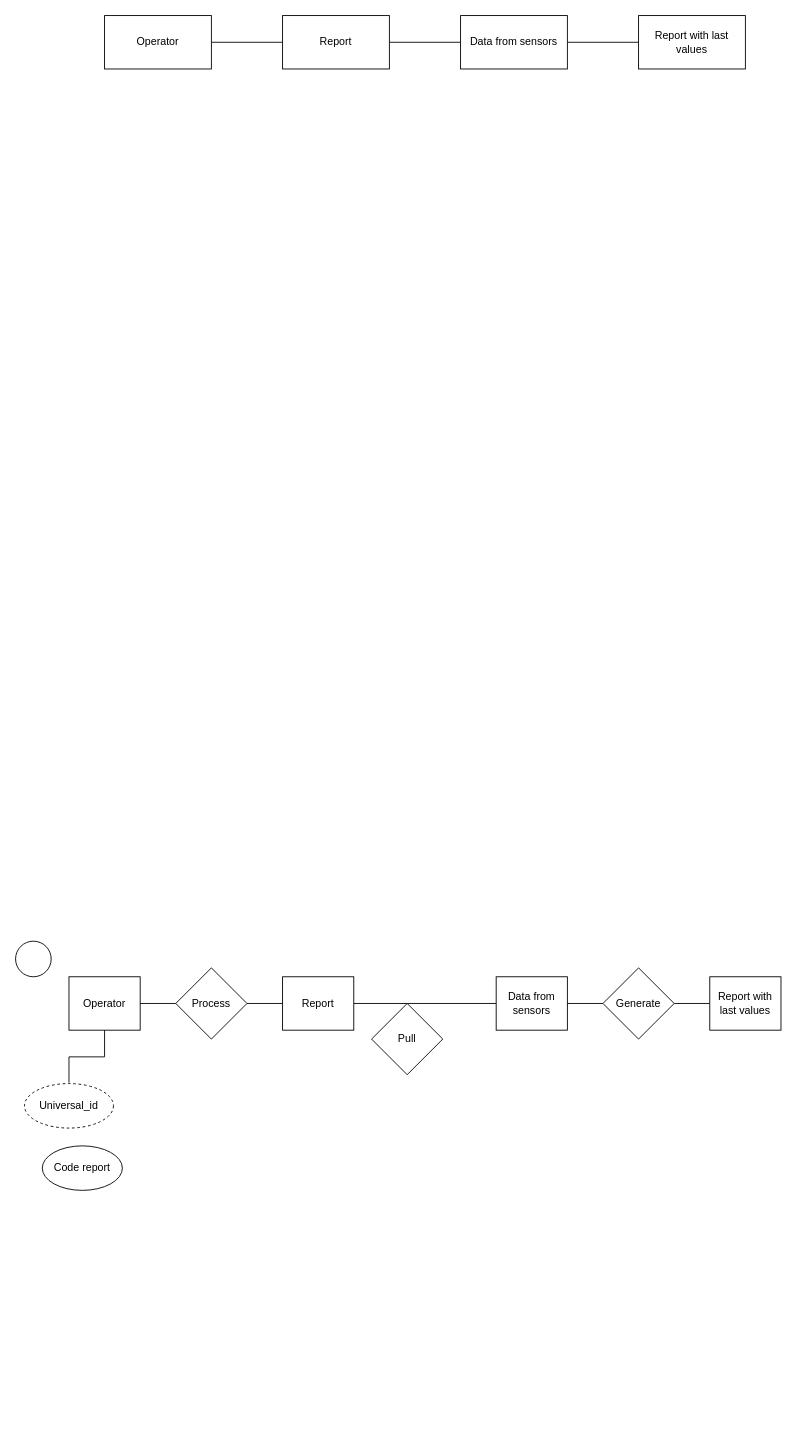
KrolikOVSky/Draw.io keeps this draw.io diagram as Lab3_CMT.drawio. Above is the earlier version. Source tidied: cells renumbered, new cells numbered last; positions are measured from the earlier drawing's top-left corner, leaving out a move shared by most shapes. Both pictures are drawn from the tidied source at 89%, with x=0, y=0 at pixel (15, 15).
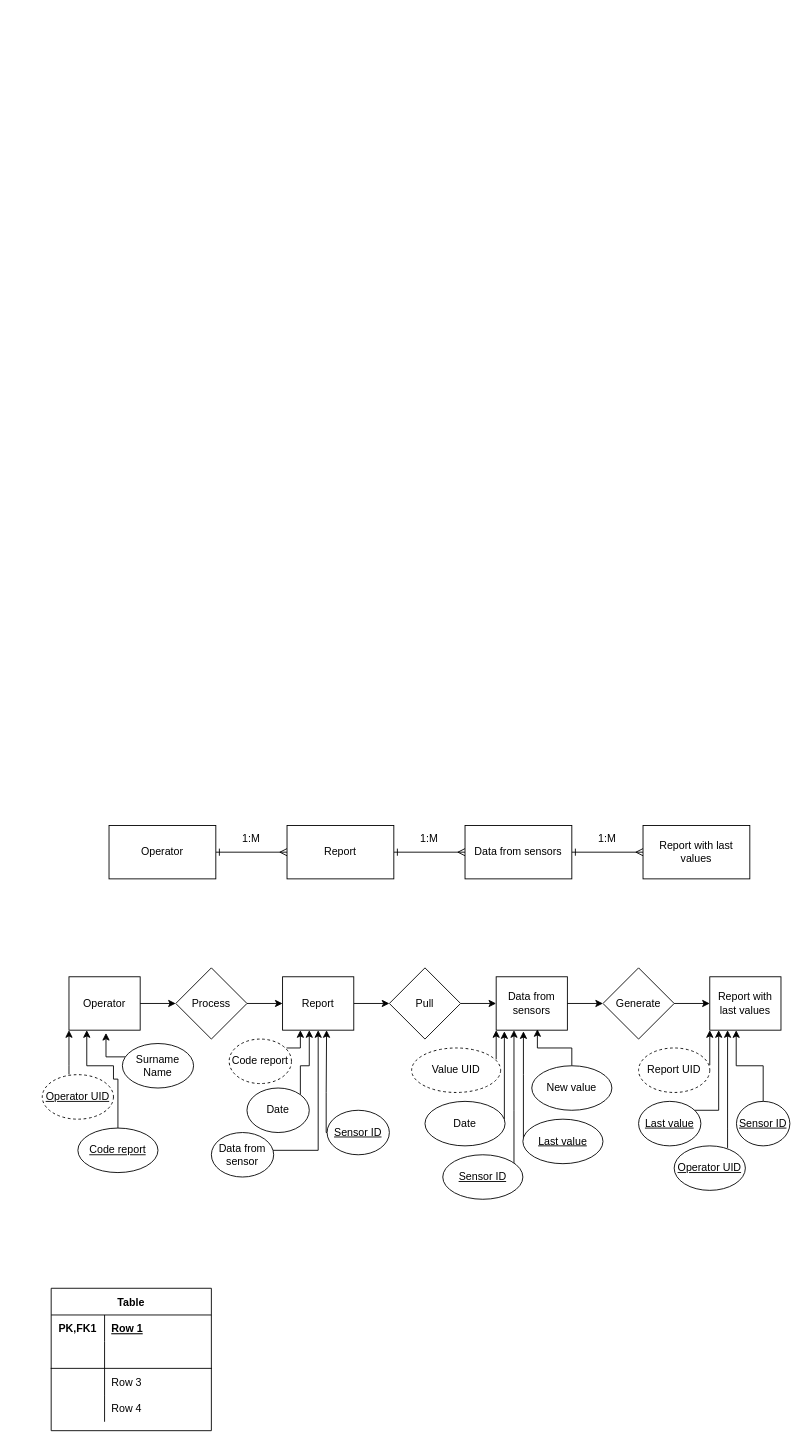
After the change.

The change refers to these unchanged cells:
```xml
<mxCell id="11" value="Operator" style="rounded=0;whiteSpace=wrap;html=1;" parent="1" vertex="1">
  <mxGeometry x="60" y="1080" width="80" height="60" as="geometry" />
</mxCell>
<mxCell id="14" value="Report" style="rounded=0;whiteSpace=wrap;html=1;" parent="1" vertex="1">
  <mxGeometry x="300" y="1080" width="80" height="60" as="geometry" />
</mxCell>
<mxCell id="16" value="Data from sensors" style="rounded=0;whiteSpace=wrap;html=1;" parent="1" vertex="1">
  <mxGeometry x="540" y="1080" width="80" height="60" as="geometry" />
</mxCell>
<mxCell id="17" value="Report with last values" style="rounded=0;whiteSpace=wrap;html=1;" parent="1" vertex="1">
  <mxGeometry x="780" y="1080" width="80" height="60" as="geometry" />
</mxCell>
<mxCell id="18" value="Process" style="rhombus;whiteSpace=wrap;html=1;" parent="1" vertex="1">
  <mxGeometry x="180" y="1070" width="80" height="80" as="geometry" />
</mxCell>
<mxCell id="20" value="&lt;div&gt;Generate&lt;/div&gt;" style="rhombus;whiteSpace=wrap;html=1;" parent="1" vertex="1">
  <mxGeometry x="660" y="1070" width="80" height="80" as="geometry" />
</mxCell>
```

The edit, as a diff of the source:
```diff
@@
-    <mxCell id="2" style="ellipse;whiteSpace=wrap;html=1;" parent="1" vertex="1">
-      <mxGeometry y="1040" width="40" height="40" as="geometry" />
-    </mxCell>
-    <mxCell id="3" style="edgeStyle=orthogonalEdgeStyle;rounded=0;jettySize=auto;html=1;endArrow=none;endFill=0;" parent="1" edge="1" source="4" target="6">
+    <mxCell id="3" style="edgeStyle=orthogonalEdgeStyle;rounded=0;jettySize=auto;html=1;endArrow=ERmany;endFill=0;startArrow=ERone;startFill=0;" parent="1" edge="1" source="4" target="6">
       <mxGeometry relative="1" as="geometry" />
     </mxCell>
     <mxCell id="4" value="Operator" style="rounded=0;whiteSpace=wrap;html=1;" parent="1" vertex="1">
-      <mxGeometry x="100" width="120" height="60" as="geometry" />
+      <mxGeometry x="105" y="910" width="120" height="60" as="geometry" />
     </mxCell>
-    <mxCell id="5" style="edgeStyle=orthogonalEdgeStyle;rounded=0;jettySize=auto;html=1;endArrow=none;endFill=0;" parent="1" edge="1" source="6" target="8">
+    <mxCell id="5" style="edgeStyle=orthogonalEdgeStyle;rounded=0;jettySize=auto;html=1;exitX=1;exitY=0.5;exitDx=0;exitDy=0;entryX=0;entryY=0.5;entryDx=0;entryDy=0;startArrow=ERone;startFill=0;endArrow=ERmany;endFill=0;" parent="1" edge="1" source="6" target="8">
       <mxGeometry relative="1" as="geometry" />
     </mxCell>
     <mxCell id="6" value="Report" style="rounded=0;whiteSpace=wrap;html=1;" parent="1" vertex="1">
-      <mxGeometry x="300" width="120" height="60" as="geometry" />
+      <mxGeometry x="305" y="910" width="120" height="60" as="geometry" />
     </mxCell>
-    <mxCell id="7" style="edgeStyle=orthogonalEdgeStyle;rounded=0;jettySize=auto;html=1;endArrow=none;endFill=0;" parent="1" edge="1" source="8" target="9">
+    <mxCell id="7" style="edgeStyle=orthogonalEdgeStyle;rounded=0;jettySize=auto;html=1;exitX=1;exitY=0.5;exitDx=0;exitDy=0;entryX=0;entryY=0.5;entryDx=0;entryDy=0;startArrow=ERone;startFill=0;endArrow=ERmany;endFill=0;" parent="1" edge="1" source="8" target="9">
       <mxGeometry relative="1" as="geometry" />
     </mxCell>
     <mxCell id="8" value="Data from sensors" style="rounded=0;whiteSpace=wrap;html=1;" parent="1" vertex="1">
-      <mxGeometry x="500" width="120" height="60" as="geometry" />
+      <mxGeometry x="505" y="910" width="120" height="60" as="geometry" />
     </mxCell>
     <mxCell id="9" value="Report with last values" style="rounded=0;whiteSpace=wrap;html=1;" parent="1" vertex="1">
-      <mxGeometry x="700" width="120" height="60" as="geometry" />
+      <mxGeometry x="705" y="910" width="120" height="60" as="geometry" />
     </mxCell>
-    <mxCell id="10" style="edgeStyle=orthogonalEdgeStyle;rounded=0;jettySize=auto;html=1;endArrow=none;endFill=0;startArrow=none;" parent="1" edge="1" source="18" target="14">
+    <mxCell id="10" style="edgeStyle=orthogonalEdgeStyle;rounded=0;jettySize=auto;html=1;endArrow=classic;endFill=1;startArrow=none;" parent="1" edge="1" source="18" target="14">
       <mxGeometry relative="1" as="geometry" />
     </mxCell>
@@
-    <mxCell id="12" style="edgeStyle=orthogonalEdgeStyle;rounded=0;jettySize=auto;html=1;endArrow=none;endFill=0;" parent="1" edge="1" source="14" target="16">
-      <mxGeometry relative="1" as="geometry" />
-    </mxCell>
-    <mxCell id="13" value="Pull" style="rhombus;whiteSpace=wrap;html=1;" parent="12" vertex="1">
-      <mxGeometry x="400" y="1110" width="80" height="80" as="geometry" />
-    </mxCell>
+    <mxCell id="26" style="edgeStyle=orthogonalEdgeStyle;rounded=0;jettySize=auto;html=1;endArrow=classic;endFill=1;" parent="1" edge="1" source="14" target="13">
+      <mxGeometry relative="1" as="geometry" />
+    </mxCell>
@@
-    <mxCell id="15" style="edgeStyle=orthogonalEdgeStyle;rounded=0;jettySize=auto;html=1;endArrow=none;endFill=0;startArrow=none;" parent="1" edge="1" source="20" target="17">
+    <mxCell id="15" style="edgeStyle=orthogonalEdgeStyle;rounded=0;jettySize=auto;html=1;endArrow=classic;endFill=1;startArrow=none;" parent="1" edge="1" source="20" target="17">
       <mxGeometry relative="1" as="geometry" />
     </mxCell>
@@
-    <mxCell id="19" style="edgeStyle=orthogonalEdgeStyle;rounded=0;jettySize=auto;html=1;endArrow=none;endFill=0;" parent="1" edge="1" source="11" target="18">
+    <mxCell id="19" style="edgeStyle=orthogonalEdgeStyle;rounded=0;jettySize=auto;html=1;endArrow=classic;endFill=1;" parent="1" edge="1" source="11" target="18">
       <mxGeometry relative="1" as="geometry" />
     </mxCell>
@@
-    <mxCell id="21" style="edgeStyle=orthogonalEdgeStyle;rounded=0;jettySize=auto;html=1;endArrow=none;endFill=0;" parent="1" edge="1" source="16" target="20">
+    <mxCell id="21" style="edgeStyle=orthogonalEdgeStyle;rounded=0;jettySize=auto;html=1;endArrow=classic;endFill=1;" parent="1" edge="1" source="16" target="20">
       <mxGeometry relative="1" as="geometry" />
     </mxCell>
-    <mxCell id="22" style="edgeStyle=orthogonalEdgeStyle;rounded=0;jettySize=auto;html=1;endArrow=none;endFill=0;" parent="1" edge="1" source="23" target="11">
-      <mxGeometry relative="1" as="geometry" />
+    <mxCell id="22" style="edgeStyle=orthogonalEdgeStyle;rounded=0;jettySize=auto;html=1;endArrow=classic;endFill=1;" parent="1" edge="1" source="23" target="11">
+      <mxGeometry relative="1" as="geometry">
+        <Array as="points">
+          <mxPoint x="60" y="1180" />
+          <mxPoint x="60" y="1180" />
+        </Array>
+      </mxGeometry>
     </mxCell>
-    <mxCell id="23" value="Universal_id" style="ellipse;whiteSpace=wrap;html=1;dashed=1;strokeWidth=1;perimeterSpacing=1;" parent="1" vertex="1">
-      <mxGeometry x="10" y="1200" width="100" height="50" as="geometry" />
+    <mxCell id="23" value="Operator UID" style="ellipse;whiteSpace=wrap;html=1;dashed=1;strokeWidth=1;perimeterSpacing=1;fontStyle=4;" parent="1" vertex="1">
+      <mxGeometry x="30" y="1190" width="80" height="50" as="geometry" />
     </mxCell>
+    <mxCell id="27" style="edgeStyle=orthogonalEdgeStyle;rounded=0;jettySize=auto;html=1;entryX=0.25;entryY=1;entryDx=0;entryDy=0;startArrow=none;startFill=0;endArrow=classic;endFill=1;" parent="1" edge="1" source="24" target="11">
+      <mxGeometry relative="1" as="geometry">
+        <Array as="points">
+          <mxPoint x="115" y="1195" />
+          <mxPoint x="110" y="1195" />
+          <mxPoint x="110" y="1180" />
+          <mxPoint x="80" y="1180" />
+        </Array>
+      </mxGeometry>
+    </mxCell>
-    <mxCell id="24" value="Code report" style="ellipse;whiteSpace=wrap;html=1;strokeWidth=1;" parent="1" vertex="1">
-      <mxGeometry x="30" y="1270" width="90" height="50" as="geometry" />
+    <mxCell id="24" value="Code report" style="ellipse;whiteSpace=wrap;html=1;strokeWidth=1;fontStyle=4;" parent="1" vertex="1">
+      <mxGeometry x="70" y="1250" width="90" height="50" as="geometry" />
     </mxCell>
@@
+    <mxCell id="28" value="1:M" style="text;html=1;strokeColor=none;fillColor=none;align=center;verticalAlign=middle;whiteSpace=wrap;rounded=0;" parent="1" vertex="1">
+      <mxGeometry x="235" y="910" width="60" height="30" as="geometry" />
+    </mxCell>
+    <mxCell id="29" value="1:M" style="text;html=1;strokeColor=none;fillColor=none;align=center;verticalAlign=middle;whiteSpace=wrap;rounded=0;" parent="1" vertex="1">
+      <mxGeometry x="435" y="910" width="60" height="30" as="geometry" />
+    </mxCell>
+    <mxCell id="30" value="1:M" style="text;html=1;strokeColor=none;fillColor=none;align=center;verticalAlign=middle;whiteSpace=wrap;rounded=0;" parent="1" vertex="1">
+      <mxGeometry x="635" y="910" width="60" height="30" as="geometry" />
+    </mxCell>
+    <mxCell id="31" style="edgeStyle=orthogonalEdgeStyle;rounded=0;jettySize=auto;html=1;endArrow=classic;endFill=1;" parent="1" edge="1" source="32" target="14">
+      <mxGeometry relative="1" as="geometry">
+        <Array as="points">
+          <mxPoint x="320" y="1160" />
+        </Array>
+      </mxGeometry>
+    </mxCell>
+    <mxCell id="32" value="Code report" style="ellipse;whiteSpace=wrap;html=1;dashed=1;strokeWidth=1;perimeterSpacing=1;" parent="1" vertex="1">
+      <mxGeometry x="240" y="1150" width="70" height="50" as="geometry" />
+    </mxCell>
+    <mxCell id="33" style="edgeStyle=orthogonalEdgeStyle;rounded=0;jettySize=auto;html=1;entryX=0.52;entryY=1.052;entryDx=0;entryDy=0;entryPerimeter=0;startArrow=none;startFill=0;endArrow=classic;endFill=1;" parent="1" edge="1" source="34" target="11">
+      <mxGeometry relative="1" as="geometry">
+        <Array as="points">
+          <mxPoint x="102" y="1170" />
+        </Array>
+      </mxGeometry>
+    </mxCell>
+    <mxCell id="34" value="Surname Name" style="ellipse;whiteSpace=wrap;html=1;strokeWidth=1;fontStyle=0;" parent="1" vertex="1">
+      <mxGeometry x="120" y="1155" width="80" height="50" as="geometry" />
+    </mxCell>
+    <mxCell id="35" style="edgeStyle=orthogonalEdgeStyle;rounded=0;jettySize=auto;html=1;endArrow=classic;endFill=1;" parent="1" edge="1" source="13" target="16">
+      <mxGeometry relative="1" as="geometry" />
+    </mxCell>
+    <mxCell id="13" value="Pull" style="rhombus;whiteSpace=wrap;html=1;" parent="1" vertex="1">
+      <mxGeometry x="420" y="1070" width="80" height="80" as="geometry" />
+    </mxCell>
+    <mxCell id="36" style="edgeStyle=orthogonalEdgeStyle;rounded=0;jettySize=auto;html=1;endArrow=classic;endFill=1;" parent="1" edge="1" source="37">
+      <mxGeometry relative="1" as="geometry">
+        <mxPoint x="330" y="1140" as="targetPoint" />
+        <Array as="points">
+          <mxPoint x="320" y="1180" />
+          <mxPoint x="330" y="1180" />
+          <mxPoint x="330" y="1140" />
+        </Array>
+      </mxGeometry>
+    </mxCell>
+    <mxCell id="37" value="&lt;div&gt;Date&lt;/div&gt;" style="ellipse;whiteSpace=wrap;html=1;strokeWidth=1;fontStyle=0;" parent="1" vertex="1">
+      <mxGeometry x="260" y="1205" width="70" height="50" as="geometry" />
+    </mxCell>
+    <mxCell id="38" style="edgeStyle=orthogonalEdgeStyle;rounded=0;jettySize=auto;html=1;entryX=0.5;entryY=1;entryDx=0;entryDy=0;startArrow=none;startFill=0;endArrow=classic;endFill=1;" parent="1" edge="1" source="39" target="14">
+      <mxGeometry relative="1" as="geometry">
+        <Array as="points">
+          <mxPoint x="340" y="1275" />
+        </Array>
+      </mxGeometry>
+    </mxCell>
+    <mxCell id="39" value="Data from sensor" style="ellipse;whiteSpace=wrap;html=1;strokeWidth=1;fontStyle=0;" parent="1" vertex="1">
+      <mxGeometry x="220" y="1255" width="70" height="50" as="geometry" />
+    </mxCell>
+    <mxCell id="40" style="edgeStyle=orthogonalEdgeStyle;rounded=0;jettySize=auto;html=1;entryX=0.618;entryY=1;entryDx=0;entryDy=0;entryPerimeter=0;startArrow=none;startFill=0;endArrow=classic;endFill=1;" parent="1" edge="1" source="41" target="14">
+      <mxGeometry relative="1" as="geometry">
+        <Array as="points">
+          <mxPoint x="349" y="1210" />
+          <mxPoint x="349" y="1210" />
+        </Array>
+      </mxGeometry>
+    </mxCell>
+    <mxCell id="41" value="Sensor ID" style="ellipse;whiteSpace=wrap;html=1;strokeWidth=1;fontStyle=4;" parent="1" vertex="1">
+      <mxGeometry x="350" y="1230" width="70" height="50" as="geometry" />
+    </mxCell>
+    <mxCell id="42" style="edgeStyle=orthogonalEdgeStyle;rounded=0;jettySize=auto;html=1;entryX=0;entryY=1;entryDx=0;entryDy=0;startArrow=none;startFill=0;endArrow=classic;endFill=1;" parent="1" edge="1" source="43" target="16">
+      <mxGeometry relative="1" as="geometry">
+        <Array as="points">
+          <mxPoint x="510" y="1160" />
+          <mxPoint x="510" y="1160" />
+        </Array>
+      </mxGeometry>
+    </mxCell>
+    <mxCell id="43" value="Value UID" style="ellipse;whiteSpace=wrap;html=1;dashed=1;strokeWidth=1;perimeterSpacing=1;" parent="1" vertex="1">
+      <mxGeometry x="445" y="1160" width="100" height="50" as="geometry" />
+    </mxCell>
+    <mxCell id="44" style="edgeStyle=orthogonalEdgeStyle;rounded=0;jettySize=auto;html=1;entryX=0.115;entryY=1.021;entryDx=0;entryDy=0;entryPerimeter=0;startArrow=none;startFill=0;endArrow=classic;endFill=1;" parent="1" edge="1" source="45" target="16">
+      <mxGeometry relative="1" as="geometry">
+        <Array as="points">
+          <mxPoint x="549" y="1220" />
+          <mxPoint x="549" y="1220" />
+        </Array>
+      </mxGeometry>
+    </mxCell>
+    <mxCell id="45" value="&lt;div&gt;Date&lt;/div&gt;" style="ellipse;whiteSpace=wrap;html=1;strokeWidth=1;fontStyle=0;" parent="1" vertex="1">
+      <mxGeometry x="460" y="1220" width="90" height="50" as="geometry" />
+    </mxCell>
+    <mxCell id="46" style="edgeStyle=orthogonalEdgeStyle;rounded=0;jettySize=auto;html=1;entryX=0.25;entryY=1;entryDx=0;entryDy=0;startArrow=none;startFill=0;endArrow=classic;endFill=1;" parent="1" edge="1" source="47" target="16">
+      <mxGeometry relative="1" as="geometry">
+        <Array as="points">
+          <mxPoint x="560" y="1230" />
+          <mxPoint x="560" y="1230" />
+        </Array>
+      </mxGeometry>
+    </mxCell>
+    <mxCell id="47" value="Sensor ID" style="ellipse;whiteSpace=wrap;html=1;strokeWidth=1;fontStyle=4;" parent="1" vertex="1">
+      <mxGeometry x="480" y="1280" width="90" height="50" as="geometry" />
+    </mxCell>
+    <mxCell id="48" style="edgeStyle=orthogonalEdgeStyle;rounded=0;jettySize=auto;html=1;entryX=0.383;entryY=1.021;entryDx=0;entryDy=0;entryPerimeter=0;startArrow=none;startFill=0;endArrow=classic;endFill=1;" parent="1" edge="1" source="49" target="16">
+      <mxGeometry relative="1" as="geometry">
+        <Array as="points">
+          <mxPoint x="571" y="1190" />
+        </Array>
+      </mxGeometry>
+    </mxCell>
+    <mxCell id="49" value="Last value" style="ellipse;whiteSpace=wrap;html=1;strokeWidth=1;fontStyle=4;" parent="1" vertex="1">
+      <mxGeometry x="570" y="1240" width="90" height="50" as="geometry" />
+    </mxCell>
+    <mxCell id="50" style="edgeStyle=orthogonalEdgeStyle;rounded=0;jettySize=auto;html=1;entryX=0.579;entryY=0.981;entryDx=0;entryDy=0;entryPerimeter=0;startArrow=none;startFill=0;endArrow=classic;endFill=1;" parent="1" edge="1" source="51" target="16">
+      <mxGeometry relative="1" as="geometry" />
+    </mxCell>
+    <mxCell id="51" value="New value" style="ellipse;whiteSpace=wrap;html=1;strokeWidth=1;fontStyle=0;" parent="1" vertex="1">
+      <mxGeometry x="580" y="1180" width="90" height="50" as="geometry" />
+    </mxCell>
+    <mxCell id="52" value="&amp;nbsp;" style="text;whiteSpace=wrap;html=1;" parent="1" vertex="1">
+      <mxGeometry x="730" y="1260" width="30" height="30" as="geometry" />
+    </mxCell>
+    <mxCell id="53" style="edgeStyle=orthogonalEdgeStyle;rounded=0;jettySize=auto;html=1;entryX=0.125;entryY=1;entryDx=0;entryDy=0;entryPerimeter=0;startArrow=none;startFill=0;endArrow=classic;endFill=1;" parent="1" edge="1" source="54" target="17">
+      <mxGeometry relative="1" as="geometry">
+        <Array as="points">
+          <mxPoint x="790" y="1230" />
+          <mxPoint x="790" y="1230" />
+        </Array>
+      </mxGeometry>
+    </mxCell>
+    <mxCell id="54" value="Last value" style="ellipse;whiteSpace=wrap;html=1;strokeWidth=1;fontStyle=4;" parent="1" vertex="1">
+      <mxGeometry x="700" y="1220" width="70" height="50" as="geometry" />
+    </mxCell>
+    <mxCell id="55" style="edgeStyle=orthogonalEdgeStyle;rounded=0;jettySize=auto;html=1;entryX=0.25;entryY=1;entryDx=0;entryDy=0;startArrow=none;startFill=0;endArrow=classic;endFill=1;" parent="1" edge="1" source="56" target="17">
+      <mxGeometry relative="1" as="geometry">
+        <Array as="points">
+          <mxPoint x="800" y="1250" />
+          <mxPoint x="800" y="1250" />
+        </Array>
+      </mxGeometry>
+    </mxCell>
+    <mxCell id="56" value="Operator UID" style="ellipse;whiteSpace=wrap;html=1;strokeWidth=1;perimeterSpacing=1;fontStyle=4;" parent="1" vertex="1">
+      <mxGeometry x="740" y="1270" width="80" height="50" as="geometry" />
+    </mxCell>
+    <mxCell id="57" style="edgeStyle=orthogonalEdgeStyle;rounded=0;jettySize=auto;html=1;entryX=0;entryY=1;entryDx=0;entryDy=0;startArrow=none;startFill=0;endArrow=classic;endFill=1;" parent="1" edge="1" source="58" target="17">
+      <mxGeometry relative="1" as="geometry">
+        <Array as="points">
+          <mxPoint x="770" y="1160" />
+          <mxPoint x="770" y="1160" />
+        </Array>
+      </mxGeometry>
+    </mxCell>
+    <mxCell id="58" value="Report UID" style="ellipse;whiteSpace=wrap;html=1;dashed=1;strokeWidth=1;perimeterSpacing=1;fontStyle=0;" parent="1" vertex="1">
+      <mxGeometry x="700" y="1160" width="80" height="50" as="geometry" />
+    </mxCell>
+    <mxCell id="59" style="edgeStyle=orthogonalEdgeStyle;rounded=0;jettySize=auto;html=1;entryX=0.371;entryY=1.001;entryDx=0;entryDy=0;entryPerimeter=0;startArrow=none;startFill=0;endArrow=classic;endFill=1;" parent="1" edge="1" source="60" target="17">
+      <mxGeometry relative="1" as="geometry" />
+    </mxCell>
+    <mxCell id="60" value="Sensor ID" style="ellipse;whiteSpace=wrap;html=1;strokeWidth=1;fontStyle=4;" parent="1" vertex="1">
+      <mxGeometry x="810" y="1220" width="60" height="50" as="geometry" />
+    </mxCell>
+    <mxCell id="61" value="&amp;nbsp;" style="text;whiteSpace=wrap;html=1;" parent="1" vertex="1">
+      <mxGeometry x="210" y="1330" width="30" height="30" as="geometry" />
+    </mxCell>
+    <mxCell id="62" value="Table" style="shape=table;startSize=30;childLayout=tableLayout;rowLines=0;fontStyle=1;align=center;" parent="1" vertex="1">
+      <mxGeometry x="40" y="1430" width="180" height="160" as="geometry" />
+    </mxCell>
+    <mxCell id="63" style="shape=partialRectangle;fillColor=none;top=0;left=0;bottom=0;right=0;" parent="62" vertex="1">
+      <mxGeometry y="30" width="180" height="30" as="geometry" />
+    </mxCell>
+    <mxCell id="64" value="PK,FK1" style="shape=partialRectangle;fillColor=none;top=0;left=0;bottom=0;right=0;fontStyle=1;overflow=hidden;" parent="63" vertex="1">
+      <mxGeometry width="60" height="30" as="geometry" />
+    </mxCell>
+    <mxCell id="65" value="Row 1" style="shape=partialRectangle;fillColor=none;top=0;left=0;bottom=0;right=0;align=left;spacingLeft=6;fontStyle=5;overflow=hidden;" parent="63" vertex="1">
+      <mxGeometry x="60" width="120" height="30" as="geometry" />
+    </mxCell>
+    <mxCell id="66" style="shape=partialRectangle;fillColor=none;top=0;left=0;bottom=1;right=0;" parent="62" vertex="1">
+      <mxGeometry y="60" width="180" height="30" as="geometry" />
+    </mxCell>
+    <mxCell id="67" style="shape=partialRectangle;fillColor=none;top=0;left=0;bottom=0;right=0;fontStyle=1;overflow=hidden;" parent="66" vertex="1">
+      <mxGeometry width="60" height="30" as="geometry" />
+    </mxCell>
+    <mxCell id="68" style="shape=partialRectangle;fillColor=none;top=0;left=0;bottom=0;right=0;align=left;spacingLeft=6;fontStyle=5;overflow=hidden;" parent="66" vertex="1">
+      <mxGeometry x="60" width="120" height="30" as="geometry" />
+    </mxCell>
+    <mxCell id="69" style="shape=partialRectangle;fillColor=none;top=0;left=0;bottom=0;right=0;" parent="62" vertex="1">
+      <mxGeometry y="90" width="180" height="30" as="geometry" />
+    </mxCell>
+    <mxCell id="70" style="shape=partialRectangle;fillColor=none;top=0;left=0;bottom=0;right=0;overflow=hidden;" parent="69" vertex="1">
+      <mxGeometry width="60" height="30" as="geometry" />
+    </mxCell>
+    <mxCell id="71" value="Row 3" style="shape=partialRectangle;fillColor=none;top=0;left=0;bottom=0;right=0;align=left;spacingLeft=6;overflow=hidden;" parent="69" vertex="1">
+      <mxGeometry x="60" width="120" height="30" as="geometry" />
+    </mxCell>
+    <mxCell id="72" style="shape=partialRectangle;fillColor=none;top=0;left=0;bottom=0;right=0;" parent="62" vertex="1">
+      <mxGeometry y="120" width="180" height="30" as="geometry" />
+    </mxCell>
+    <mxCell id="73" style="shape=partialRectangle;fillColor=none;top=0;left=0;bottom=0;right=0;overflow=hidden;" parent="72" vertex="1">
+      <mxGeometry width="60" height="30" as="geometry" />
+    </mxCell>
+    <mxCell id="74" value="Row 4" style="shape=partialRectangle;fillColor=none;top=0;left=0;bottom=0;right=0;align=left;spacingLeft=6;overflow=hidden;" parent="72" vertex="1">
+      <mxGeometry x="60" width="120" height="30" as="geometry" />
+    </mxCell>
```
